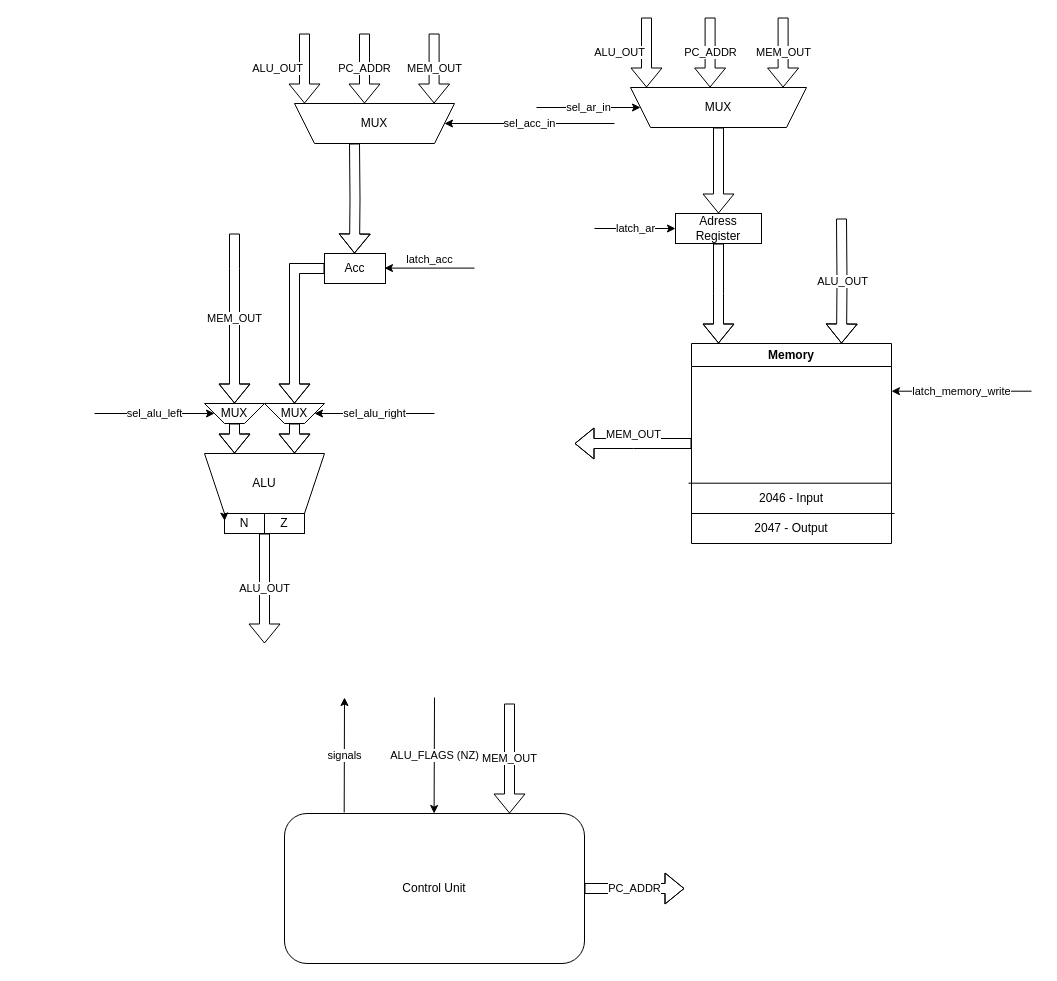
The draw.io diagram docs/schemes/datapath.drawio in FEgor04/csa-lab3, before the edit. Source tidied: cells renumbered, new cells numbered last; positions are measured from the earlier drawing's top-left corner, leaving out a move shared by most shapes. Both pictures are drawn from the tidied source at 100%, with x=0, y=0 at pixel (94, 17).
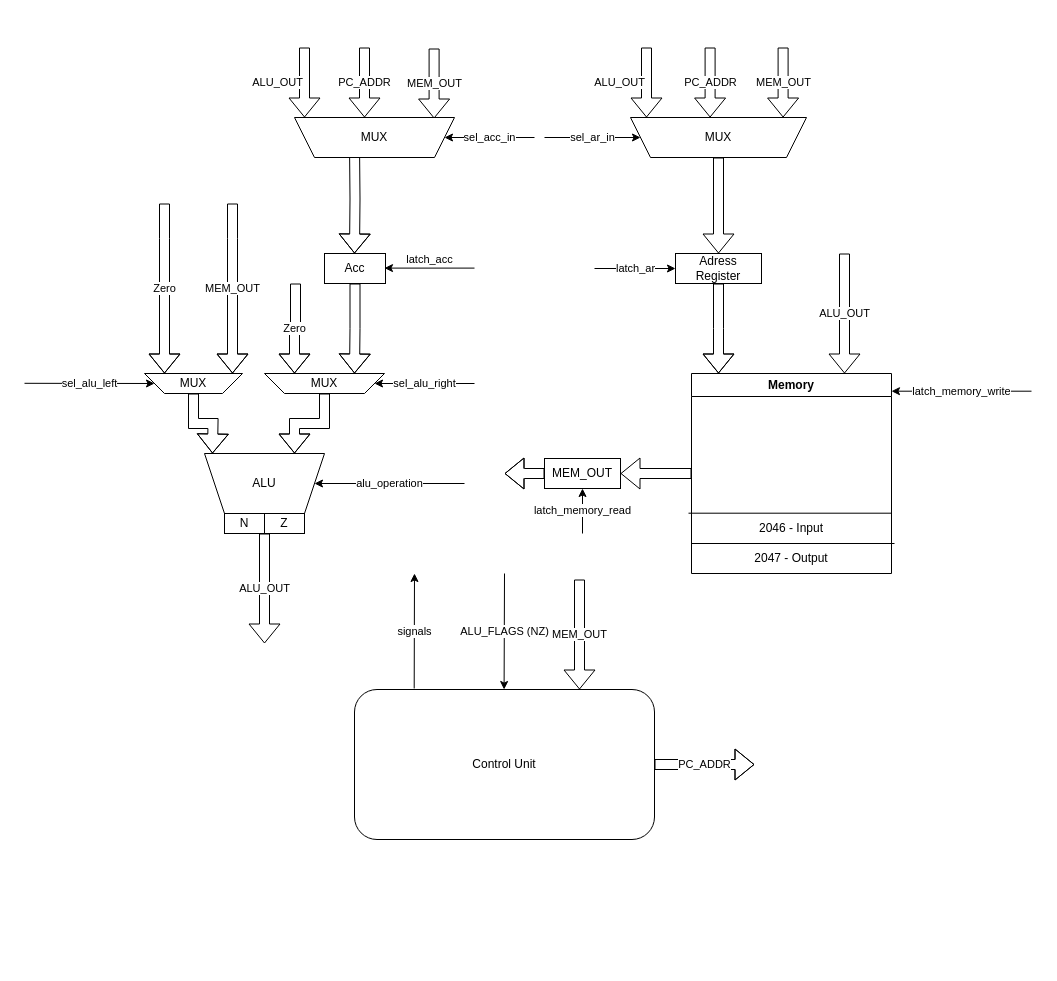
Above is the later version.

Commit message (it also covers changes not shown here):
docs(schemes): add `MEM_OUT` as a register

Unchanged cells that the change refers to:
```xml
<mxCell id="3" value="ALU" style="shape=trapezoid;perimeter=trapezoidPerimeter;whiteSpace=wrap;html=1;fixedSize=1;flipV=1;" parent="1" vertex="1">
  <mxGeometry x="110" y="436" width="120" height="60" as="geometry" />
</mxCell>
<mxCell id="5" value="Acc" style="rounded=0;whiteSpace=wrap;html=1;" parent="1" vertex="1">
  <mxGeometry x="230" y="236" width="60" height="30" as="geometry" />
</mxCell>
<mxCell id="14" value="Acc" style="rounded=0;whiteSpace=wrap;html=1;" parent="1" vertex="1">
  <mxGeometry x="230" y="236" width="61" height="30" as="geometry" />
</mxCell>
<mxCell id="36" value="N" style="rounded=0;whiteSpace=wrap;html=1;" parent="1" vertex="1">
  <mxGeometry x="130" y="496" width="40" height="20" as="geometry" />
</mxCell>
```

What changed in the source:
```diff
@@
-    <mxCell id="4" style="edgeStyle=orthogonalEdgeStyle;rounded=0;jettySize=auto;html=1;shape=flexArrow;" parent="1" edge="1" source="5">
-      <mxGeometry relative="1" as="geometry">
-        <mxPoint x="200" y="386" as="targetPoint" />
-        <Array as="points">
-          <mxPoint x="200" y="251" />
-        </Array>
-      </mxGeometry>
-    </mxCell>
@@
-    <mxCell id="8" value="MEM_OUT" style="edgeStyle=orthogonalEdgeStyle;rounded=0;jettySize=auto;html=1;shape=flexArrow;verticalAlign=bottom;" parent="1" edge="1" source="9">
-      <mxGeometry relative="1" as="geometry">
-        <mxPoint x="480" y="426" as="targetPoint" />
-      </mxGeometry>
+    <mxCell id="8" style="edgeStyle=orthogonalEdgeStyle;rounded=0;jettySize=auto;html=1;shape=flexArrow;verticalAlign=bottom;entryX=1;entryY=0.5;entryDx=0;entryDy=0;" parent="1" edge="1" source="9" target="49">
+      <mxGeometry relative="1" as="geometry" />
     </mxCell>
     <mxCell id="9" value="Memory" style="swimlane;whiteSpace=wrap;html=1;" parent="1" vertex="1">
-      <mxGeometry x="597" y="326" width="200" height="200" as="geometry" />
+      <mxGeometry x="597" y="356" width="200" height="200" as="geometry" />
     </mxCell>
@@
+    <mxCell id="46" style="edgeStyle=orthogonalEdgeStyle;rounded=0;jettySize=auto;html=1;entryX=0.75;entryY=0;entryDx=0;entryDy=0;shape=flexArrow;" parent="1" edge="1" source="14" target="25">
+      <mxGeometry relative="1" as="geometry">
+        <Array as="points">
+          <mxPoint x="261" y="311" />
+          <mxPoint x="260" y="311" />
+        </Array>
+      </mxGeometry>
+    </mxCell>
@@
     <mxCell id="15" style="edgeStyle=orthogonalEdgeStyle;rounded=0;jettySize=auto;html=1;entryX=0.5;entryY=0;entryDx=0;entryDy=0;shape=flexArrow;" parent="1" edge="1" source="16">
       <mxGeometry relative="1" as="geometry">
-        <mxPoint x="624" y="326" as="targetPoint" />
+        <mxPoint x="624" y="356" as="targetPoint" />
       </mxGeometry>
     </mxCell>
     <mxCell id="16" value="Adress Register" style="rounded=0;whiteSpace=wrap;html=1;" parent="1" vertex="1">
-      <mxGeometry x="581" y="196" width="86" height="30" as="geometry" />
+      <mxGeometry x="581" y="236" width="86" height="30" as="geometry" />
     </mxCell>
     <mxCell id="17" value="ALU_OUT" style="edgeStyle=orthogonalEdgeStyle;rounded=0;orthogonalLoop=1;jettySize=auto;html=1;shape=flexArrow;align=right;" parent="1" edge="1">
       <mxGeometry relative="1" as="geometry">
-        <mxPoint x="552" as="sourcePoint" />
-        <mxPoint x="552" y="70" as="targetPoint" />
+        <mxPoint x="552" y="30" as="sourcePoint" />
+        <mxPoint x="552" y="100" as="targetPoint" />
       </mxGeometry>
     </mxCell>
     <mxCell id="18" value="MUX" style="shape=trapezoid;perimeter=trapezoidPerimeter;whiteSpace=wrap;html=1;fixedSize=1;flipV=1;" parent="1" vertex="1">
-      <mxGeometry x="200" y="86" width="160" height="40" as="geometry" />
+      <mxGeometry x="200" y="100" width="160" height="40" as="geometry" />
     </mxCell>
-    <mxCell id="19" value="ALU_OUT" style="edgeStyle=orthogonalEdgeStyle;rounded=0;jettySize=auto;html=1;entryX=0.75;entryY=0;entryDx=0;entryDy=0;shape=flexArrow;" parent="1" edge="1" target="9">
-      <mxGeometry relative="1" as="geometry">
-        <mxPoint x="747" y="201" as="sourcePoint" />
-      </mxGeometry>
-    </mxCell>
     <mxCell id="20" value="latch_ar" style="endArrow=classic;html=1;rounded=0;entryX=0;entryY=0.5;entryDx=0;entryDy=0;" parent="1" edge="1" target="16">
       <mxGeometry relative="1" as="geometry">
-        <mxPoint x="500" y="211" as="sourcePoint" />
+        <mxPoint x="500" y="251" as="sourcePoint" />
       </mxGeometry>
     </mxCell>
-    <mxCell id="21" style="edgeStyle=orthogonalEdgeStyle;rounded=0;jettySize=auto;html=1;entryX=0.25;entryY=0;entryDx=0;entryDy=0;shape=flexArrow;" parent="1" edge="1" source="22" target="3">
-      <mxGeometry relative="1" as="geometry" />
+    <mxCell id="21" style="edgeStyle=orthogonalEdgeStyle;rounded=0;jettySize=auto;html=1;entryX=0.25;entryY=0;entryDx=0;entryDy=0;shape=flexArrow;" parent="1" edge="1" source="22">
+      <mxGeometry relative="1" as="geometry">
+        <mxPoint x="118" y="436" as="targetPoint" />
+      </mxGeometry>
     </mxCell>
     <mxCell id="22" value="MUX" style="shape=trapezoid;perimeter=trapezoidPerimeter;whiteSpace=wrap;html=1;fixedSize=1;flipV=1;" parent="1" vertex="1">
-      <mxGeometry x="110" y="386" width="60" height="20" as="geometry" />
+      <mxGeometry x="50" y="356" width="98" height="20" as="geometry" />
     </mxCell>
-    <mxCell id="23" value="sel_alu_left" style="endArrow=classic;html=1;rounded=0;" parent="1" edge="1">
+    <mxCell id="23" value="sel_alu_left" style="endArrow=classic;html=1;rounded=0;entryX=0;entryY=0.5;entryDx=0;entryDy=0;" parent="1" edge="1" target="22">
       <mxGeometry relative="1" as="geometry">
-        <mxPoint y="396" as="sourcePoint" />
-        <mxPoint x="120" y="396" as="targetPoint" />
+        <mxPoint x="-70" y="365.8" as="sourcePoint" />
       </mxGeometry>
     </mxCell>
@@
     <mxCell id="25" value="MUX" style="shape=trapezoid;perimeter=trapezoidPerimeter;whiteSpace=wrap;html=1;fixedSize=1;flipV=1;" parent="1" vertex="1">
-      <mxGeometry x="170" y="386" width="60" height="20" as="geometry" />
+      <mxGeometry x="170" y="356" width="120" height="20" as="geometry" />
     </mxCell>
     <mxCell id="26" value="sel_alu_right" style="endArrow=classic;html=1;rounded=0;entryX=1;entryY=0.5;entryDx=0;entryDy=0;" parent="1" edge="1" target="25">
       <mxGeometry relative="1" as="geometry">
-        <mxPoint x="340" y="396" as="sourcePoint" />
+        <mxPoint x="380" y="366" as="sourcePoint" />
       </mxGeometry>
     </mxCell>
     <mxCell id="27" value="sel_acc_in" style="endArrow=classic;html=1;rounded=0;entryX=1;entryY=0.5;entryDx=0;entryDy=0;" parent="1" edge="1" target="18">
       <mxGeometry relative="1" as="geometry">
-        <mxPoint x="520" y="106" as="sourcePoint" />
+        <mxPoint x="440" y="120" as="sourcePoint" />
       </mxGeometry>
     </mxCell>
@@
     <mxCell id="29" value="PC_ADDR" style="edgeStyle=orthogonalEdgeStyle;rounded=0;orthogonalLoop=1;jettySize=auto;html=1;shape=flexArrow;align=center;" parent="1" edge="1">
       <mxGeometry relative="1" as="geometry">
-        <mxPoint x="615.6" as="sourcePoint" />
-        <mxPoint x="615.6" y="70" as="targetPoint" />
+        <mxPoint x="615.6" y="30" as="sourcePoint" />
+        <mxPoint x="615.6" y="100" as="targetPoint" />
       </mxGeometry>
     </mxCell>
@@
     <mxCell id="31" value="MUX" style="shape=trapezoid;perimeter=trapezoidPerimeter;whiteSpace=wrap;html=1;fixedSize=1;flipV=1;" parent="1" vertex="1">
-      <mxGeometry x="536" y="70" width="176" height="40" as="geometry" />
+      <mxGeometry x="536" y="100" width="176" height="40" as="geometry" />
     </mxCell>
     <mxCell id="32" value="sel_ar_in" style="endArrow=classic;html=1;rounded=0;entryX=0;entryY=0.5;entryDx=0;entryDy=0;" parent="1" edge="1" target="31">
       <mxGeometry relative="1" as="geometry">
-        <mxPoint x="442" y="90" as="sourcePoint" />
+        <mxPoint x="450" y="120" as="sourcePoint" />
       </mxGeometry>
     </mxCell>
     <mxCell id="33" value="PC_ADDR" style="edgeStyle=orthogonalEdgeStyle;rounded=0;jettySize=auto;html=1;shape=flexArrow;" parent="1" edge="1" source="34">
       <mxGeometry relative="1" as="geometry">
-        <mxPoint x="590" y="871" as="targetPoint" />
+        <mxPoint x="660" y="747" as="targetPoint" />
       </mxGeometry>
     </mxCell>
     <mxCell id="34" value="Control Unit" style="rounded=1;whiteSpace=wrap;html=1;" parent="1" vertex="1">
-      <mxGeometry x="190" y="796" width="300" height="150" as="geometry" />
+      <mxGeometry x="260" y="672" width="300" height="150" as="geometry" />
     </mxCell>
     <mxCell id="35" value="MEM_OUT" style="shape=flexArrow;endArrow=classic;html=1;rounded=0;entryX=0.75;entryY=0;entryDx=0;entryDy=0;" parent="1" edge="1" target="34">
       <mxGeometry relative="1" as="geometry">
-        <mxPoint x="415" y="686" as="sourcePoint" />
+        <mxPoint x="485" y="562" as="sourcePoint" />
       </mxGeometry>
     </mxCell>
@@
-    <mxCell id="37" style="edgeStyle=orthogonalEdgeStyle;rounded=0;orthogonalLoop=1;jettySize=auto;html=1;exitX=0;exitY=0.25;exitDx=0;exitDy=0;entryX=0.003;entryY=0.373;entryDx=0;entryDy=0;entryPerimeter=0;" parent="1" edge="1" source="36" target="36">
-      <mxGeometry relative="1" as="geometry" />
-    </mxCell>
@@
     <mxCell id="39" value="ALU_FLAGS (NZ)" style="endArrow=classic;html=1;rounded=0;entryX=0.312;entryY=-0.027;entryDx=0;entryDy=0;entryPerimeter=0;" parent="1" edge="1">
       <mxGeometry relative="1" as="geometry">
-        <mxPoint x="340" y="680" as="sourcePoint" />
-        <mxPoint x="339.6" y="796" as="targetPoint" />
+        <mxPoint x="410" y="556" as="sourcePoint" />
+        <mxPoint x="409.6" y="672" as="targetPoint" />
       </mxGeometry>
     </mxCell>
     <mxCell id="40" value="signals" style="endArrow=classic;html=1;rounded=0;exitX=0.199;exitY=-0.007;exitDx=0;exitDy=0;exitPerimeter=0;" parent="1" edge="1" source="34">
       <mxGeometry relative="1" as="geometry">
-        <mxPoint x="250" y="680" as="targetPoint" />
+        <mxPoint x="320" y="556" as="targetPoint" />
       </mxGeometry>
     </mxCell>
     <mxCell id="41" value="ALU_OUT" style="edgeStyle=orthogonalEdgeStyle;rounded=0;orthogonalLoop=1;jettySize=auto;html=1;shape=flexArrow;align=right;" parent="1" edge="1">
       <mxGeometry relative="1" as="geometry">
-        <mxPoint x="210" y="16" as="sourcePoint" />
-        <mxPoint x="210" y="86" as="targetPoint" />
+        <mxPoint x="210" y="30" as="sourcePoint" />
+        <mxPoint x="210" y="100" as="targetPoint" />
       </mxGeometry>
     </mxCell>
     <mxCell id="42" value="PC_ADDR" style="edgeStyle=orthogonalEdgeStyle;rounded=0;orthogonalLoop=1;jettySize=auto;html=1;shape=flexArrow;align=center;" parent="1" edge="1">
       <mxGeometry relative="1" as="geometry">
-        <mxPoint x="270" y="16" as="sourcePoint" />
-        <mxPoint x="270" y="86" as="targetPoint" />
+        <mxPoint x="270" y="30" as="sourcePoint" />
+        <mxPoint x="270" y="100" as="targetPoint" />
       </mxGeometry>
     </mxCell>
     <mxCell id="43" value="MEM_OUT" style="edgeStyle=orthogonalEdgeStyle;rounded=0;orthogonalLoop=1;jettySize=auto;html=1;shape=flexArrow;align=center;" parent="1" edge="1">
       <mxGeometry relative="1" as="geometry">
-        <mxPoint x="688.6" as="sourcePoint" />
-        <mxPoint x="688.6" y="70" as="targetPoint" />
+        <mxPoint x="688.6" y="30" as="sourcePoint" />
+        <mxPoint x="688.6" y="100" as="targetPoint" />
       </mxGeometry>
     </mxCell>
     <mxCell id="44" value="MEM_OUT" style="edgeStyle=orthogonalEdgeStyle;rounded=0;orthogonalLoop=1;jettySize=auto;html=1;shape=flexArrow;align=center;" parent="1" edge="1">
       <mxGeometry relative="1" as="geometry">
-        <mxPoint x="339.6" y="16" as="sourcePoint" />
-        <mxPoint x="339.6" y="86" as="targetPoint" />
+        <mxPoint x="339.6" y="31" as="sourcePoint" />
+        <mxPoint x="339.6" y="101" as="targetPoint" />
       </mxGeometry>
     </mxCell>
     <mxCell id="45" value="MEM_OUT" style="edgeStyle=orthogonalEdgeStyle;rounded=0;orthogonalLoop=1;jettySize=auto;html=1;shape=flexArrow;" parent="1" edge="1">
       <mxGeometry relative="1" as="geometry">
-        <mxPoint x="140" y="216" as="sourcePoint" />
-        <mxPoint x="140" y="386" as="targetPoint" />
+        <mxPoint x="138" y="186" as="sourcePoint" />
+        <mxPoint x="138" y="356" as="targetPoint" />
         <Array as="points">
-          <mxPoint x="140" y="251" />
+          <mxPoint x="138" y="221" />
         </Array>
       </mxGeometry>
     </mxCell>
+    <mxCell id="47" value="alu_operation" style="endArrow=classic;html=1;rounded=0;" parent="1" edge="1">
+      <mxGeometry relative="1" as="geometry">
+        <mxPoint x="370" y="466" as="sourcePoint" />
+        <mxPoint x="220" y="466" as="targetPoint" />
+      </mxGeometry>
+    </mxCell>
+    <mxCell id="48" style="edgeStyle=orthogonalEdgeStyle;rounded=0;jettySize=auto;html=1;shape=flexArrow;" parent="1" edge="1" source="49">
+      <mxGeometry relative="1" as="geometry">
+        <mxPoint x="410" y="456" as="targetPoint" />
+      </mxGeometry>
+    </mxCell>
+    <mxCell id="49" value="MEM_OUT" style="rounded=0;whiteSpace=wrap;html=1;" parent="1" vertex="1">
+      <mxGeometry x="450" y="441" width="76" height="30" as="geometry" />
+    </mxCell>
+    <mxCell id="50" value="latch_memory_read" style="endArrow=classic;html=1;rounded=0;entryX=0.5;entryY=1;entryDx=0;entryDy=0;" parent="1" edge="1" target="49">
+      <mxGeometry relative="1" as="geometry">
+        <mxPoint x="488" y="516" as="sourcePoint" />
+      </mxGeometry>
+    </mxCell>
+    <mxCell id="51" value="Zero" style="edgeStyle=orthogonalEdgeStyle;rounded=0;orthogonalLoop=1;jettySize=auto;html=1;shape=flexArrow;" parent="1" edge="1">
+      <mxGeometry relative="1" as="geometry">
+        <mxPoint x="70" y="186" as="sourcePoint" />
+        <mxPoint x="70" y="356" as="targetPoint" />
+        <Array as="points">
+          <mxPoint x="70" y="221" />
+        </Array>
+      </mxGeometry>
+    </mxCell>
+    <mxCell id="52" value="Zero" style="edgeStyle=orthogonalEdgeStyle;rounded=0;orthogonalLoop=1;jettySize=auto;html=1;entryX=0.75;entryY=0;entryDx=0;entryDy=0;shape=flexArrow;" parent="1" edge="1">
+      <mxGeometry relative="1" as="geometry">
+        <mxPoint x="201" y="266" as="sourcePoint" />
+        <mxPoint x="200" y="356" as="targetPoint" />
+        <Array as="points">
+          <mxPoint x="201" y="311" />
+          <mxPoint x="200" y="311" />
+        </Array>
+      </mxGeometry>
+    </mxCell>
+    <mxCell id="19" value="ALU_OUT" style="shape=flexArrow;endArrow=classic;html=1;rounded=0;" parent="1" edge="1">
+      <mxGeometry relative="1" as="geometry">
+        <mxPoint x="750" y="236" as="sourcePoint" />
+        <mxPoint x="750" y="356" as="targetPoint" />
+      </mxGeometry>
+    </mxCell>
```
